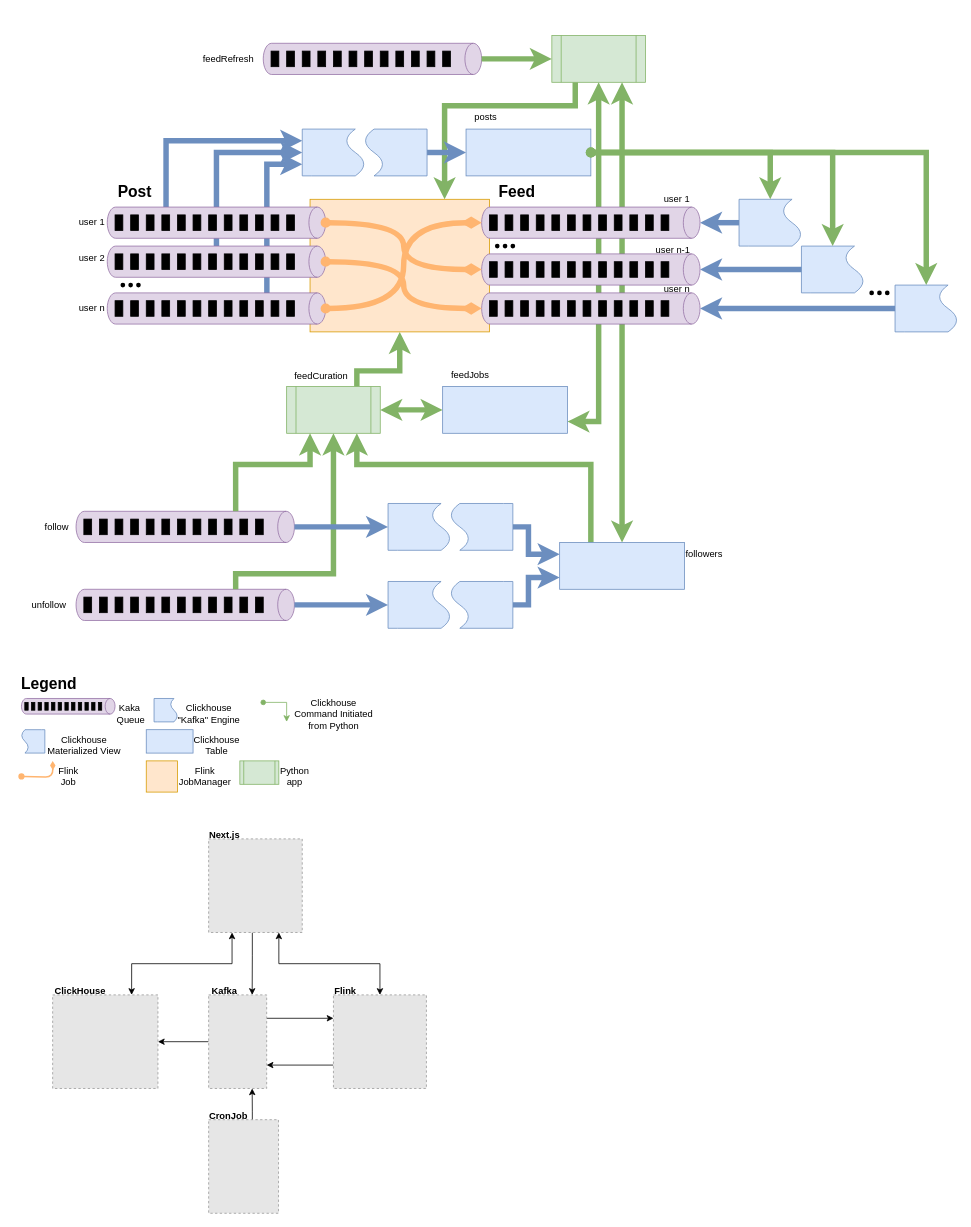
This is projectDiagram.drawio from Ron-Ash/Raindance, a draw.io file, before an edit. Source tidied: cells renumbered, new cells numbered last; positions are measured from the earlier drawing's top-left corner, leaving out a move shared by most shapes. Both pictures are drawn from the tidied source at 78%, with x=0, y=0 at pixel (13, 35). Pictures stored in the file or linked from it are replaced by grey dashed boxes.
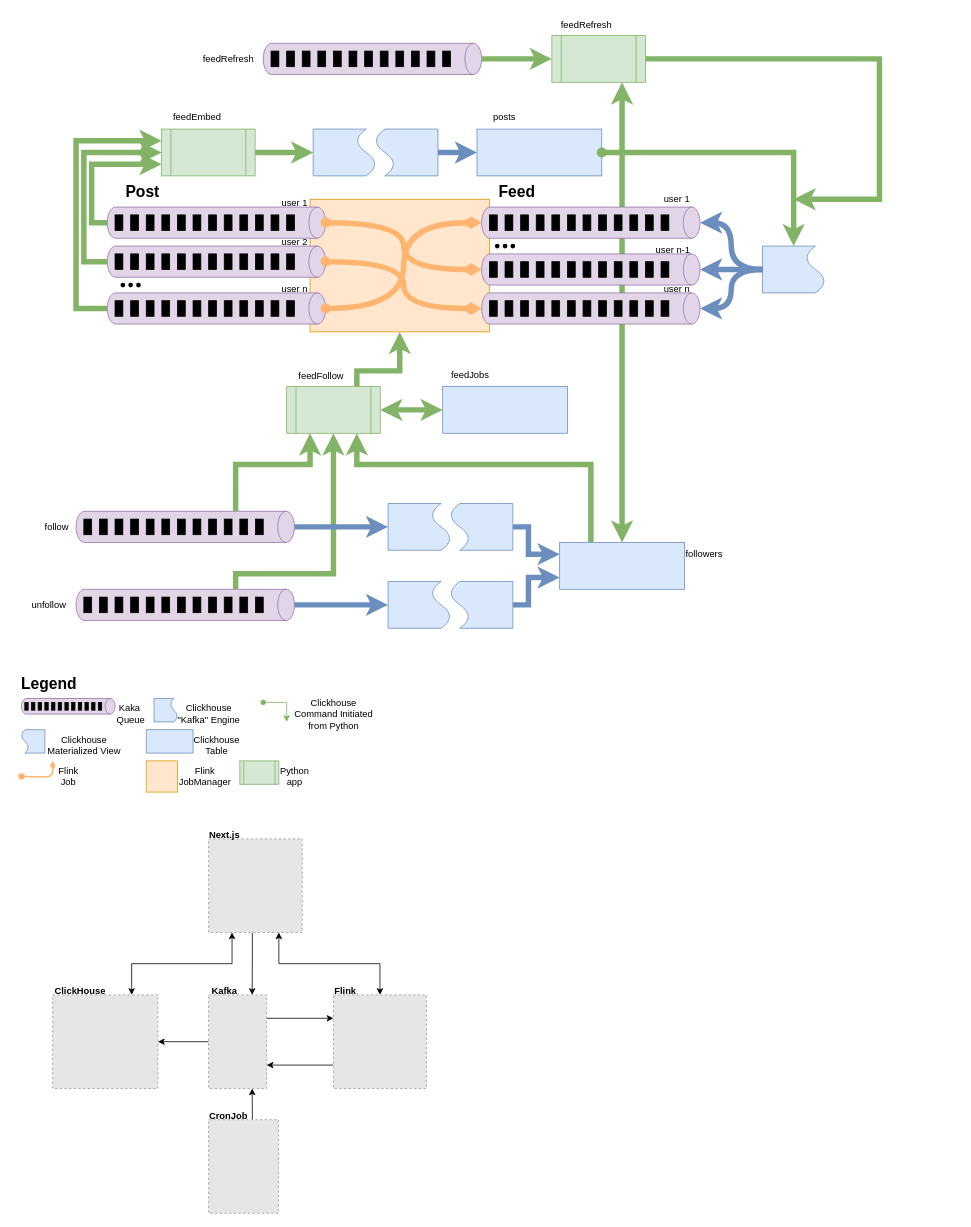
After the change.

Commit message (it also covers changes not shown here):
created feedRefresh, looks correct but still needs to be tested.

The change refers to these unchanged cells:
```xml
<mxCell id="8" style="rounded=0;whiteSpace=wrap;html=1;fillColor=#ffe6cc;strokeColor=#d79b00;" parent="1" vertex="1">
  <mxGeometry x="380" y="210" width="230" height="170" as="geometry" />
</mxCell>
<mxCell id="12" style="shape=cylinder3;whiteSpace=wrap;html=1;boundedLbl=1;backgroundOutline=1;size=10.724137931034477;direction=south;fillColor=#e1d5e7;strokeColor=#9673a6;" parent="11" vertex="1">
  <mxGeometry width="280" height="40" as="geometry" />
</mxCell>
<mxCell id="25" style="group;" parent="1" vertex="1">
  <mxGeometry x="120" y="270" width="280" height="40" as="geometry" />
</mxCell>
<mxCell id="26" style="shape=cylinder3;whiteSpace=wrap;html=1;boundedLbl=1;backgroundOutline=1;size=10.724137931034477;direction=south;fillColor=#e1d5e7;strokeColor=#9673a6;" parent="25" vertex="1">
  <mxGeometry width="280" height="40" as="geometry" />
</mxCell>
<mxCell id="39" style="group;" parent="1" vertex="1">
  <mxGeometry x="120" y="330" width="280" height="40" as="geometry" />
</mxCell>
<mxCell id="40" style="shape=cylinder3;whiteSpace=wrap;html=1;boundedLbl=1;backgroundOutline=1;size=10.724137931034477;direction=south;fillColor=#e1d5e7;strokeColor=#9673a6;" parent="39" vertex="1">
  <mxGeometry width="280" height="40" as="geometry" />
</mxCell>
<mxCell id="54" style="shape=cylinder3;whiteSpace=wrap;html=1;boundedLbl=1;backgroundOutline=1;size=10.724137931034477;direction=south;fillColor=#e1d5e7;strokeColor=#9673a6;" parent="53" vertex="1">
  <mxGeometry width="280" height="40" as="geometry" />
</mxCell>
<mxCell id="68" style="shape=cylinder3;whiteSpace=wrap;html=1;boundedLbl=1;backgroundOutline=1;size=10.724137931034477;direction=south;fillColor=#e1d5e7;strokeColor=#9673a6;" parent="67" vertex="1">
  <mxGeometry width="280" height="40" as="geometry" />
</mxCell>
<mxCell id="90" style="shape=cylinder3;whiteSpace=wrap;html=1;boundedLbl=1;backgroundOutline=1;size=10.724137931034477;direction=south;fillColor=#e1d5e7;strokeColor=#9673a6;" parent="89" vertex="1">
  <mxGeometry width="280" height="40" as="geometry" />
</mxCell>
<mxCell id="146" style="rounded=0;whiteSpace=wrap;html=1;fillColor=#dae8fc;strokeColor=#6c8ebf;" parent="1" vertex="1">
  <mxGeometry x="550" y="450" width="160" height="60" as="geometry" />
</mxCell>
<mxCell id="204" style="shape=process;whiteSpace=wrap;html=1;backgroundOutline=1;fillColor=#d5e8d4;strokeColor=#82b366;" parent="1" vertex="1">
  <mxGeometry x="690" width="120" height="60" as="geometry" />
</mxCell>
```

What changed in the source:
```diff
@@
-    <mxCell id="2" style="edgeStyle=orthogonalEdgeStyle;rounded=0;jettySize=auto;html=1;exitX=0.25;exitY=1;exitDx=0;exitDy=0;entryX=0.75;entryY=0;entryDx=0;entryDy=0;fillColor=#d5e8d4;strokeColor=#82b366;strokeWidth=7;" parent="1" edge="1" source="204" target="8">
-      <mxGeometry relative="1" as="geometry">
-        <Array as="points">
-          <mxPoint x="720" y="90" />
-          <mxPoint x="553" y="90" />
-        </Array>
-      </mxGeometry>
-    </mxCell>
-    <mxCell id="3" style="edgeStyle=orthogonalEdgeStyle;rounded=0;jettySize=auto;html=1;exitX=0.5;exitY=1;exitDx=0;exitDy=0;entryX=1;entryY=0.75;entryDx=0;entryDy=0;fillColor=#d5e8d4;strokeColor=#82b366;strokeWidth=7;startArrow=classic;startFill=1;" parent="1" edge="1" source="204" target="146">
-      <mxGeometry relative="1" as="geometry">
-        <Array as="points">
-          <mxPoint x="750" y="495" />
-        </Array>
-      </mxGeometry>
-    </mxCell>
+    <mxCell id="243" style="edgeStyle=orthogonalEdgeStyle;rounded=0;jettySize=auto;html=1;entryX=0;entryY=0.25;entryDx=0;entryDy=0;fillColor=#d5e8d4;strokeColor=#82b366;strokeWidth=7;exitX=0.5;exitY=1;exitDx=0;exitDy=0;exitPerimeter=0;" parent="1" edge="1" source="40" target="247">
+      <mxGeometry relative="1" as="geometry">
+        <Array as="points">
+          <mxPoint x="80" y="350" />
+          <mxPoint x="80" y="135" />
+        </Array>
+      </mxGeometry>
+    </mxCell>
@@
-    <mxCell id="5" style="edgeStyle=orthogonalEdgeStyle;rounded=0;jettySize=auto;html=1;exitX=0;exitY=0;exitDx=0;exitDy=204.63793103448276;exitPerimeter=0;entryX=0.75;entryY=0;entryDx=0;entryDy=0;fillColor=#dae8fc;strokeColor=#6c8ebf;strokeWidth=7;" parent="1" edge="1" source="12" target="190">
-      <mxGeometry relative="1" as="geometry" />
-    </mxCell>
-    <mxCell id="6" style="edgeStyle=orthogonalEdgeStyle;rounded=0;jettySize=auto;html=1;exitX=0;exitY=0.5;exitDx=0;exitDy=0;exitPerimeter=0;entryX=0.5;entryY=0;entryDx=0;entryDy=0;fillColor=#dae8fc;strokeColor=#6c8ebf;strokeWidth=7;" parent="1" edge="1" source="26" target="190">
-      <mxGeometry relative="1" as="geometry" />
-    </mxCell>
-    <mxCell id="7" style="edgeStyle=orthogonalEdgeStyle;rounded=0;jettySize=auto;html=1;exitX=0;exitY=0;exitDx=0;exitDy=75.36206896551724;exitPerimeter=0;entryX=0.25;entryY=0;entryDx=0;entryDy=0;fillColor=#dae8fc;strokeColor=#6c8ebf;strokeWidth=7;" parent="1" edge="1" source="40" target="190">
-      <mxGeometry relative="1" as="geometry" />
-    </mxCell>
@@
     <mxCell id="9" value="&lt;b&gt;&lt;font style=&quot;font-size: 20px;&quot;&gt;Post&lt;/font&gt;&lt;/b&gt;" style="text;html=1;align=center;verticalAlign=middle;strokeColor=none;fillColor=none;strokeWidth=20;" parent="1" vertex="1">
-      <mxGeometry x="120" y="180" width="70" height="40" as="geometry" />
+      <mxGeometry x="130" y="180" width="70" height="40" as="geometry" />
     </mxCell>
@@
+    <mxCell id="151" value="user 2" style="text;html=1;align=center;verticalAlign=middle;strokeColor=none;fillColor=none;" parent="25" vertex="1">
+      <mxGeometry x="210" y="-20" width="60" height="30" as="geometry" />
+    </mxCell>
@@
+    <mxCell id="152" value="user n" style="text;html=1;align=center;verticalAlign=middle;strokeColor=none;fillColor=none;" parent="39" vertex="1">
+      <mxGeometry x="210" y="-20" width="60" height="30" as="geometry" />
+    </mxCell>
@@
     <mxCell id="150" value="user 1" style="text;html=1;align=center;verticalAlign=middle;strokeColor=none;fillColor=none;" parent="1" vertex="1">
-      <mxGeometry x="70" y="225" width="60" height="30" as="geometry" />
+      <mxGeometry x="330" y="200" width="60" height="30" as="geometry" />
     </mxCell>
-    <mxCell id="151" value="user 2" style="text;html=1;align=center;verticalAlign=middle;strokeColor=none;fillColor=none;" parent="1" vertex="1">
-      <mxGeometry x="70" y="270" width="60" height="30" as="geometry" />
-    </mxCell>
-    <mxCell id="152" value="user n" style="text;html=1;align=center;verticalAlign=middle;strokeColor=none;fillColor=none;" parent="1" vertex="1">
-      <mxGeometry x="70" y="335" width="60" height="30" as="geometry" />
-    </mxCell>
@@
-    <mxCell id="157" value="feedCuration" style="text;html=1;align=center;verticalAlign=middle;strokeColor=none;fillColor=none;" parent="1" vertex="1">
-      <mxGeometry x="350" y="424" width="87" height="26" as="geometry" />
+    <mxCell id="157" value="feedFollow" style="text;html=1;align=center;verticalAlign=middle;strokeColor=none;fillColor=none;" parent="1" vertex="1">
+      <mxGeometry x="354" y="422" width="80" height="30" as="geometry" />
     </mxCell>
@@
     <mxCell id="189" style="shape=document;whiteSpace=wrap;html=1;boundedLbl=1;direction=south;fillColor=#dae8fc;strokeColor=#6c8ebf;" parent="1" vertex="1">
-      <mxGeometry x="450" y="120" width="80" height="60" as="geometry" />
+      <mxGeometry x="464" y="120" width="80" height="60" as="geometry" />
     </mxCell>
     <mxCell id="190" style="shape=document;whiteSpace=wrap;html=1;boundedLbl=1;direction=north;fillColor=#dae8fc;strokeColor=#6c8ebf;" parent="1" vertex="1">
-      <mxGeometry x="370" y="120" width="80" height="60" as="geometry" />
+      <mxGeometry x="384" y="120" width="80" height="60" as="geometry" />
     </mxCell>
     <mxCell id="191" style="rounded=0;whiteSpace=wrap;html=1;fillColor=#dae8fc;strokeColor=#6c8ebf;" parent="1" vertex="1">
-      <mxGeometry x="580" y="120" width="160" height="60" as="geometry" />
+      <mxGeometry x="594" y="120" width="160" height="60" as="geometry" />
     </mxCell>
     <mxCell id="192" value="posts" style="text;html=1;align=center;verticalAlign=middle;strokeColor=none;fillColor=none;" parent="1" vertex="1">
-      <mxGeometry x="580" y="90" width="50" height="30" as="geometry" />
+      <mxGeometry x="604" y="90" width="50" height="30" as="geometry" />
     </mxCell>
     <mxCell id="193" style="shape=document;whiteSpace=wrap;html=1;boundedLbl=1;direction=north;fillColor=#dae8fc;strokeColor=#6c8ebf;" parent="1" vertex="1">
-      <mxGeometry x="930" y="210" width="80" height="60" as="geometry" />
+      <mxGeometry x="960" y="270" width="80" height="60" as="geometry" />
     </mxCell>
-    <mxCell id="194" style="shape=document;whiteSpace=wrap;html=1;boundedLbl=1;direction=north;fillColor=#dae8fc;strokeColor=#6c8ebf;" parent="1" vertex="1">
-      <mxGeometry x="1010" y="270" width="80" height="60" as="geometry" />
-    </mxCell>
@@
-    <mxCell id="196" style="shape=document;whiteSpace=wrap;html=1;boundedLbl=1;direction=north;fillColor=#dae8fc;strokeColor=#6c8ebf;" parent="1" vertex="1">
-      <mxGeometry x="1130" y="320" width="80" height="60" as="geometry" />
-    </mxCell>
-    <mxCell id="197" style="group;" parent="1" vertex="1">
-      <mxGeometry x="1090" y="320" width="40" height="20" as="geometry" />
-    </mxCell>
-    <mxCell id="198" style="shape=waypoint;sketch=0;size=6;fillColor=none;perimeter=centerPerimeter;" parent="197" vertex="1">
-      <mxGeometry width="20" height="20" as="geometry" />
-    </mxCell>
-    <mxCell id="199" style="shape=waypoint;sketch=0;size=6;fillColor=none;perimeter=centerPerimeter;" parent="197" vertex="1">
-      <mxGeometry x="10" width="20" height="20" as="geometry" />
-    </mxCell>
-    <mxCell id="200" style="shape=waypoint;sketch=0;size=6;fillColor=none;perimeter=centerPerimeter;" parent="197" vertex="1">
-      <mxGeometry x="20" width="20" height="20" as="geometry" />
-    </mxCell>
-    <mxCell id="201" style="edgeStyle=orthogonalEdgeStyle;rounded=0;jettySize=auto;html=1;entryX=0.5;entryY=0;entryDx=0;entryDy=0;entryPerimeter=0;fillColor=#dae8fc;strokeColor=#6c8ebf;strokeWidth=7;exitX=0.5;exitY=0;exitDx=0;exitDy=0;" parent="1" edge="1" source="196" target="54">
-      <mxGeometry relative="1" as="geometry" />
-    </mxCell>
-    <mxCell id="202" style="edgeStyle=orthogonalEdgeStyle;rounded=0;jettySize=auto;html=1;entryX=0.5;entryY=0;entryDx=0;entryDy=0;entryPerimeter=0;fillColor=#dae8fc;strokeColor=#6c8ebf;strokeWidth=7;exitX=0.5;exitY=0;exitDx=0;exitDy=0;" parent="1" edge="1" source="194" target="90">
-      <mxGeometry relative="1" as="geometry" />
-    </mxCell>
-    <mxCell id="203" style="edgeStyle=orthogonalEdgeStyle;rounded=0;jettySize=auto;html=1;exitX=0.5;exitY=0;exitDx=0;exitDy=0;entryX=0.5;entryY=0;entryDx=0;entryDy=0;entryPerimeter=0;fillColor=#dae8fc;strokeColor=#6c8ebf;strokeWidth=7;" parent="1" edge="1" source="193" target="68">
+    <mxCell id="203" style="edgeStyle=orthogonalEdgeStyle;rounded=0;jettySize=auto;html=1;exitX=0.5;exitY=0;exitDx=0;exitDy=0;entryX=0.5;entryY=0;entryDx=0;entryDy=0;entryPerimeter=0;fillColor=#dae8fc;strokeColor=#6c8ebf;strokeWidth=7;curved=1;flowAnimation=1;" parent="1" edge="1" source="193" target="68">
       <mxGeometry relative="1" as="geometry" />
     </mxCell>
+    <mxCell id="244" style="edgeStyle=orthogonalEdgeStyle;rounded=0;jettySize=auto;html=1;fillColor=#d5e8d4;strokeColor=#82b366;strokeWidth=7;flowAnimation=1;" parent="1" edge="1" source="204">
+      <mxGeometry relative="1" as="geometry">
+        <mxPoint x="1000" y="210" as="targetPoint" />
+        <Array as="points">
+          <mxPoint x="1110" y="30" />
+          <mxPoint x="1110" y="210" />
+        </Array>
+      </mxGeometry>
+    </mxCell>
@@
-    <mxCell id="222" style="edgeStyle=orthogonalEdgeStyle;rounded=0;jettySize=auto;html=1;exitX=1;exitY=0.5;exitDx=0;exitDy=0;entryX=1;entryY=0.5;entryDx=0;entryDy=0;fillColor=#d5e8d4;strokeColor=#82b366;strokeWidth=7;startArrow=oval;startFill=1;" parent="1" edge="1" source="191" target="194">
-      <mxGeometry relative="1" as="geometry" />
-    </mxCell>
-    <mxCell id="223" style="edgeStyle=orthogonalEdgeStyle;rounded=0;jettySize=auto;html=1;entryX=1;entryY=0.5;entryDx=0;entryDy=0;fillColor=#d5e8d4;strokeColor=#82b366;strokeWidth=7;startArrow=oval;startFill=1;" parent="1" edge="1" source="191" target="196">
-      <mxGeometry relative="1" as="geometry" />
-    </mxCell>
@@
+    <mxCell id="245" style="edgeStyle=orthogonalEdgeStyle;rounded=0;jettySize=auto;html=1;entryX=0.5;entryY=0;entryDx=0;entryDy=0;entryPerimeter=0;fillColor=#dae8fc;strokeColor=#6c8ebf;strokeWidth=7;curved=1;endFill=0;flowAnimation=1;" parent="1" edge="1" source="193" target="90">
+      <mxGeometry relative="1" as="geometry" />
+    </mxCell>
+    <mxCell id="246" style="edgeStyle=orthogonalEdgeStyle;rounded=0;jettySize=auto;html=1;entryX=0.5;entryY=0;entryDx=0;entryDy=0;entryPerimeter=0;fillColor=#dae8fc;strokeColor=#6c8ebf;strokeWidth=7;curved=1;flowAnimation=1;" parent="1" edge="1" source="193" target="54">
+      <mxGeometry relative="1" as="geometry" />
+    </mxCell>
+    <mxCell id="247" style="shape=process;whiteSpace=wrap;html=1;backgroundOutline=1;fillColor=#d5e8d4;strokeColor=#82b366;" parent="1" vertex="1">
+      <mxGeometry x="189.6" y="120" width="120" height="60" as="geometry" />
+    </mxCell>
+    <mxCell id="248" style="edgeStyle=orthogonalEdgeStyle;rounded=0;jettySize=auto;html=1;entryX=0.5;entryY=0;entryDx=0;entryDy=0;fillColor=#d5e8d4;strokeColor=#82b366;strokeWidth=7;" parent="1" edge="1" source="247" target="190">
+      <mxGeometry relative="1" as="geometry" />
+    </mxCell>
+    <mxCell id="249" style="edgeStyle=orthogonalEdgeStyle;rounded=0;jettySize=auto;html=1;exitX=0.5;exitY=1;exitDx=0;exitDy=0;exitPerimeter=0;entryX=0;entryY=0.5;entryDx=0;entryDy=0;fillColor=#d5e8d4;strokeColor=#82b366;strokeWidth=7;" parent="1" edge="1" source="26" target="247">
+      <mxGeometry relative="1" as="geometry">
+        <Array as="points">
+          <mxPoint x="90" y="290" />
+          <mxPoint x="90" y="150" />
+        </Array>
+      </mxGeometry>
+    </mxCell>
+    <mxCell id="250" style="edgeStyle=orthogonalEdgeStyle;rounded=0;jettySize=auto;html=1;exitX=0.5;exitY=1;exitDx=0;exitDy=0;exitPerimeter=0;entryX=0;entryY=0.75;entryDx=0;entryDy=0;fillColor=#d5e8d4;strokeColor=#82b366;strokeWidth=7;" parent="1" edge="1" source="12" target="247">
+      <mxGeometry relative="1" as="geometry" />
+    </mxCell>
+    <mxCell id="251" value="feedRefresh" style="text;html=1;align=center;verticalAlign=middle;strokeColor=none;fillColor=none;" parent="1" vertex="1">
+      <mxGeometry x="689" y="-28" width="90" height="30" as="geometry" />
+    </mxCell>
+    <mxCell id="252" value="feedEmbed" style="text;html=1;align=center;verticalAlign=middle;strokeColor=none;fillColor=none;" parent="1" vertex="1">
+      <mxGeometry x="194.6" y="90" width="80" height="30" as="geometry" />
+    </mxCell>
```
